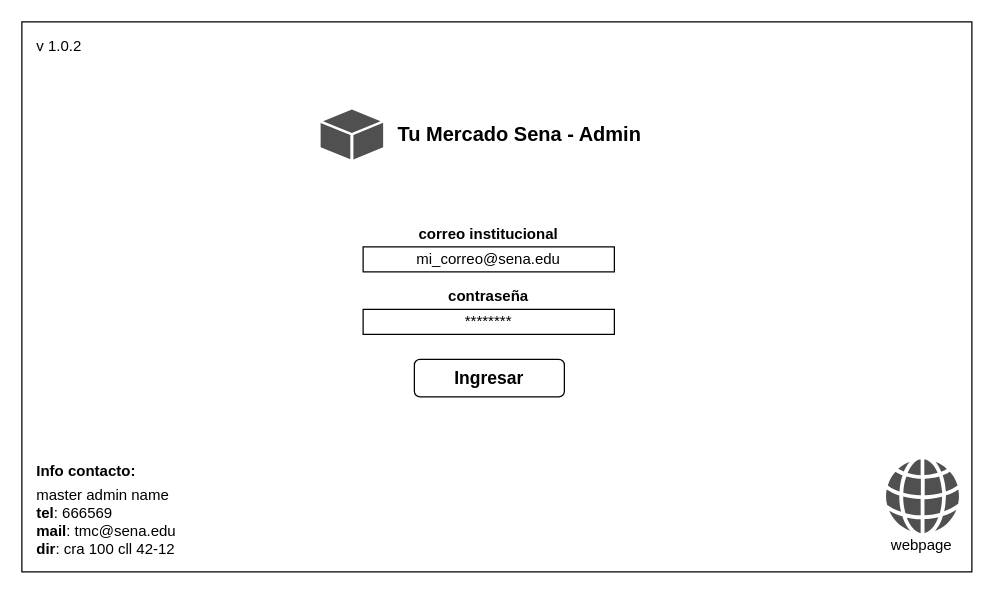
Earlier version of the draw.io diagram page "login" (1 of 12) of Desktop/mockups/desktop_mockups.drawio (OmarsaurioJordan/tu_mercado_sena). Source tidied: cells renumbered, new cells numbered last; positions are measured from the earlier drawing's top-left corner, leaving out a move shared by most shapes. Both pictures are drawn from the tidied source at 125%, with x=0, y=0 at pixel (21, 21).
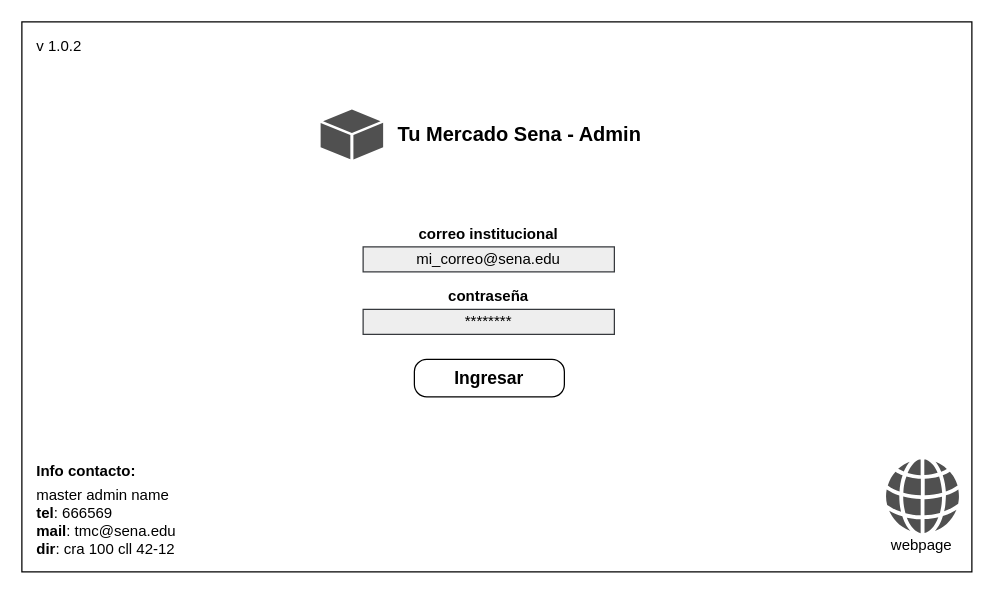
The same page after the edit.

Change to the diagram source:
```diff
@@
 <mxGraphModel>
   <root>
     <mxCell id="0" />
     <mxCell id="1" parent="0" />
     <mxCell id="2" style="rounded=0;whiteSpace=wrap;html=1;" parent="1" vertex="1">
       <mxGeometry width="760" height="440" as="geometry" />
     </mxCell>
     <mxCell id="3" style="group;fontStyle=0;" parent="1" vertex="1">
       <mxGeometry x="239" y="70" width="270" height="40" as="geometry" />
     </mxCell>
     <mxCell id="4" value="Tu Mercado Sena - Admin" style="text;html=1;whiteSpace=wrap;strokeColor=none;fillColor=none;align=left;verticalAlign=middle;rounded=0;fontSize=16;fontStyle=1;" parent="3" vertex="1">
       <mxGeometry x="60" width="210" height="40" as="geometry" />
     </mxCell>
     <mxCell id="5" style="sketch=0;shadow=0;dashed=0;html=1;strokeColor=none;fillColor=#505050;labelPosition=center;verticalLabelPosition=bottom;verticalAlign=top;align=center;shape=mxgraph.office.concepts.node_generic;" parent="3" vertex="1">
       <mxGeometry width="50" height="40" as="geometry" />
     </mxCell>
     <mxCell id="6" style="group;" parent="1" vertex="1">
       <mxGeometry x="690" y="350" width="60" height="79" as="geometry" />
     </mxCell>
     <mxCell id="7" style="sketch=0;shadow=0;dashed=0;html=1;strokeColor=none;fillColor=#505050;labelPosition=center;verticalLabelPosition=bottom;verticalAlign=top;align=center;shape=mxgraph.office.concepts.globe_internet;" parent="6" vertex="1">
       <mxGeometry x="1" width="59" height="59" as="geometry" />
     </mxCell>
     <mxCell id="8" value="webpage" style="text;html=1;whiteSpace=wrap;strokeColor=none;fillColor=none;align=center;verticalAlign=middle;rounded=0;" parent="6" vertex="1">
       <mxGeometry y="59" width="60" height="20" as="geometry" />
     </mxCell>
-    <mxCell id="9" value="mi_correo@sena.edu" style="rounded=0;whiteSpace=wrap;html=1;" parent="1" vertex="1">
+    <mxCell id="9" value="mi_correo@sena.edu" style="rounded=0;whiteSpace=wrap;html=1;fillColor=#eeeeee;strokeColor=#36393d;" parent="1" vertex="1">
       <mxGeometry x="273" y="180" width="201" height="20" as="geometry" />
     </mxCell>
     <mxCell id="10" value="correo institucional" style="text;html=1;whiteSpace=wrap;strokeColor=none;fillColor=none;align=center;verticalAlign=middle;rounded=0;fontStyle=1;" parent="1" vertex="1">
       <mxGeometry x="273" y="160" width="201" height="20" as="geometry" />
     </mxCell>
-    <mxCell id="11" value="********" style="rounded=0;whiteSpace=wrap;html=1;" parent="1" vertex="1">
+    <mxCell id="11" value="********" style="rounded=0;whiteSpace=wrap;html=1;fillColor=#eeeeee;strokeColor=#36393d;" parent="1" vertex="1">
       <mxGeometry x="273" y="230" width="201" height="20" as="geometry" />
     </mxCell>
     <mxCell id="12" value="contraseña" style="text;html=1;whiteSpace=wrap;strokeColor=none;fillColor=none;align=center;verticalAlign=middle;rounded=0;fontStyle=1;" parent="1" vertex="1">
       <mxGeometry x="273" y="210" width="201" height="20" as="geometry" />
     </mxCell>
-    <mxCell id="13" value="Ingresar" style="rounded=1;whiteSpace=wrap;html=1;fontStyle=1;fontSize=14;" parent="1" vertex="1">
+    <mxCell id="13" value="Ingresar" style="rounded=1;whiteSpace=wrap;html=1;fontStyle=1;fontSize=14;arcSize=33;" parent="1" vertex="1">
       <mxGeometry x="314" y="270" width="120" height="30" as="geometry" />
     </mxCell>
     <mxCell id="14" value="v 1.0.2" style="text;html=1;whiteSpace=wrap;strokeColor=none;fillColor=none;align=left;verticalAlign=middle;rounded=0;" parent="1" vertex="1">
       <mxGeometry x="10" y="10" width="70" height="20" as="geometry" />
     </mxCell>
     <mxCell id="15" style="group;" parent="1" vertex="1">
       <mxGeometry x="10" y="350" width="150" height="80" as="geometry" />
     </mxCell>
     <mxCell id="16" value="&lt;div&gt;master admin name&lt;/div&gt;&lt;b&gt;tel&lt;/b&gt;: 666569&lt;div&gt;&lt;b&gt;mail&lt;/b&gt;: tmc@sena.edu&lt;/div&gt;&lt;div&gt;&lt;b&gt;dir&lt;/b&gt;: cra 100 cll 42-12&lt;/div&gt;" style="text;html=1;whiteSpace=wrap;strokeColor=none;fillColor=none;align=left;verticalAlign=middle;rounded=0;" parent="15" vertex="1">
       <mxGeometry y="20" width="150" height="60" as="geometry" />
     </mxCell>
     <mxCell id="17" value="&lt;div&gt;Info contacto:&lt;/div&gt;" style="text;html=1;whiteSpace=wrap;strokeColor=none;fillColor=none;align=left;verticalAlign=middle;rounded=0;fontStyle=1;" parent="15" vertex="1">
       <mxGeometry width="150" height="20" as="geometry" />
     </mxCell>
   </root>
 </mxGraphModel>
```
